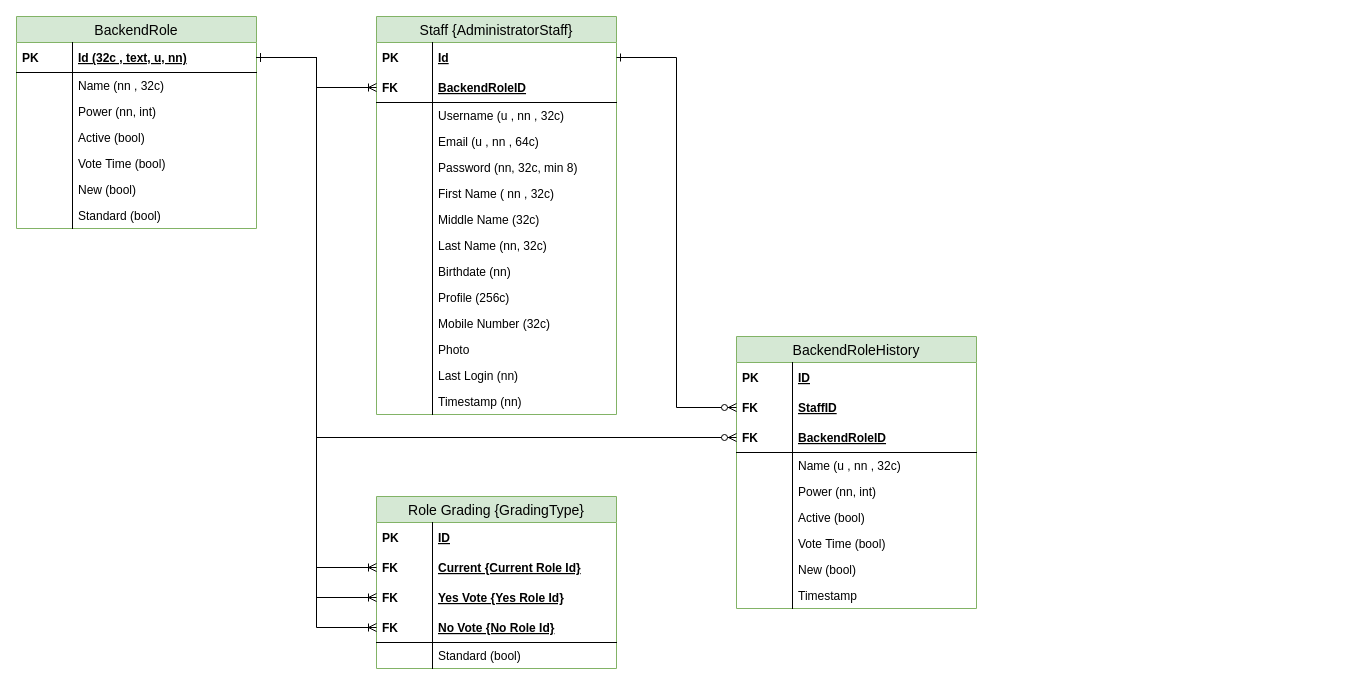
Before: docs/Database Diagram.drawio in kosartofiq/Kurdish-Language, a draw.io diagram. Source tidied: cells renumbered, new cells numbered last; positions are measured from the earlier drawing's top-left corner, leaving out a move shared by most shapes. Both pictures are drawn from the tidied source at 100%, with x=0, y=0 at pixel (16, 16).
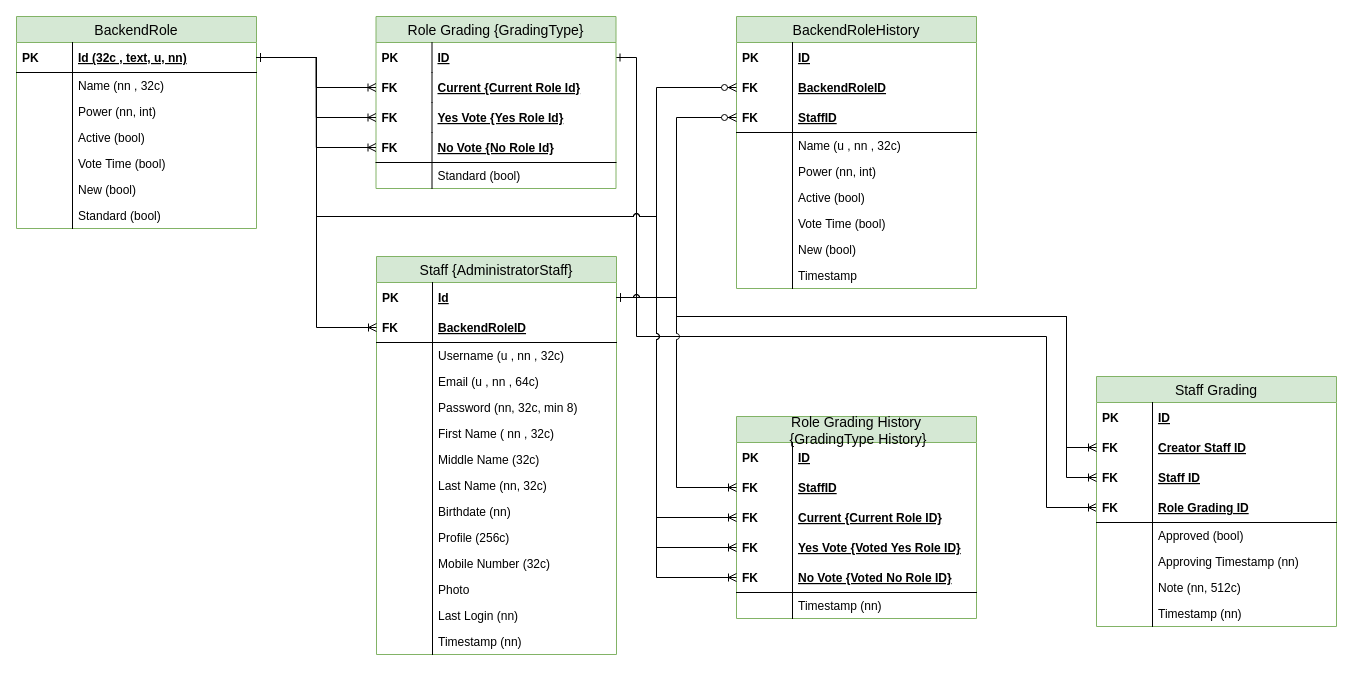
After the change.

Commit message (it also covers changes not shown here):
Update database detail

The change refers to these unchanged cells:
```xml
<mxCell id="3" value="Id (32c , text, u, nn)" style="shape=partialRectangle;top=0;left=0;right=0;bottom=1;align=left;verticalAlign=middle;fillColor=none;spacingLeft=60;spacingRight=4;overflow=hidden;points=[[0,0.5],[1,0.5]];portConstraint=eastwest;fontStyle=5;fontSize=12;" parent="2" vertex="1">
  <mxGeometry y="26" width="240" height="30" as="geometry" />
</mxCell>
<mxCell id="18" value="Id" style="shape=partialRectangle;top=0;left=0;right=0;bottom=0;align=left;verticalAlign=middle;fillColor=none;spacingLeft=60;spacingRight=4;overflow=hidden;points=[[0,0.5],[1,0.5]];portConstraint=eastwest;fontStyle=5;fontSize=12;" parent="17" vertex="1">
  <mxGeometry y="26" width="240" height="30" as="geometry" />
</mxCell>
<mxCell id="48" value="ID" style="shape=partialRectangle;top=0;left=0;right=0;bottom=0;align=left;verticalAlign=middle;fillColor=none;spacingLeft=60;spacingRight=4;overflow=hidden;points=[[0,0.5],[1,0.5]];portConstraint=eastwest;fontStyle=5;fontSize=12;" parent="47" vertex="1">
  <mxGeometry y="26" width="240" height="30" as="geometry" />
</mxCell>
```

Diff of the diagram source:
```diff
@@
+    <mxCell id="82" style="edgeStyle=orthogonalEdgeStyle;rounded=0;jettySize=auto;html=1;entryX=0;entryY=0.5;entryDx=0;entryDy=0;startArrow=ERone;startFill=0;endArrow=ERoneToMany;endFill=0;jumpStyle=arc;" parent="1" edge="1" source="48" target="90">
+      <mxGeometry relative="1" as="geometry">
+        <Array as="points">
+          <mxPoint x="620" y="41" />
+          <mxPoint x="620" y="320" />
+          <mxPoint x="1030" y="320" />
+          <mxPoint x="1030" y="491" />
+        </Array>
+      </mxGeometry>
+    </mxCell>
@@
     <mxCell id="17" value="Staff {AdministratorStaff}" style="swimlane;fontStyle=0;horizontal=1;startSize=26;fillColor=#d5e8d4;swimlaneFillColor=#ffffff;align=center;fontSize=14;strokeColor=#82b366;" parent="1" vertex="1">
-      <mxGeometry x="360" width="240" height="398" as="geometry" />
+      <mxGeometry x="360" y="240" width="240" height="398" as="geometry" />
     </mxCell>
@@
     <mxCell id="47" value="Role Grading {GradingType}" style="swimlane;fontStyle=0;horizontal=1;startSize=26;fillColor=#d5e8d4;swimlaneFillColor=#ffffff;align=center;fontSize=14;strokeColor=#82b366;" parent="1" vertex="1">
-      <mxGeometry x="360" y="480" width="240" height="172" as="geometry" />
+      <mxGeometry x="359.5" width="240" height="172" as="geometry" />
     </mxCell>
@@
     <mxCell id="61" value="BackendRoleHistory" style="swimlane;fontStyle=0;horizontal=1;startSize=26;fillColor=#d5e8d4;swimlaneFillColor=#ffffff;align=center;fontSize=14;strokeColor=#82b366;" parent="1" vertex="1">
-      <mxGeometry x="720" y="320" width="240" height="272" as="geometry" />
+      <mxGeometry x="720" width="240" height="272" as="geometry" />
     </mxCell>
@@
+    <mxCell id="66" value="BackendRoleID" style="shape=partialRectangle;top=0;left=0;right=0;bottom=0;align=left;verticalAlign=middle;fillColor=none;spacingLeft=60;spacingRight=4;overflow=hidden;points=[[0,0.5],[1,0.5]];portConstraint=eastwest;fontStyle=5;fontSize=12;" parent="61" vertex="1">
+      <mxGeometry y="56" width="240" height="30" as="geometry" />
+    </mxCell>
+    <mxCell id="67" value="FK" style="shape=partialRectangle;fontStyle=1;top=0;left=0;bottom=0;fillColor=none;align=left;verticalAlign=middle;spacingLeft=4;spacingRight=4;overflow=hidden;fontSize=12;" parent="66" vertex="1">
+      <mxGeometry width="56" height="30" as="geometry" />
+    </mxCell>
-    <mxCell id="64" value="StaffID" style="shape=partialRectangle;top=0;left=0;right=0;bottom=0;align=left;verticalAlign=middle;fillColor=none;spacingLeft=60;spacingRight=4;overflow=hidden;points=[[0,0.5],[1,0.5]];portConstraint=eastwest;fontStyle=5;fontSize=12;" parent="61" vertex="1">
-      <mxGeometry y="56" width="240" height="30" as="geometry" />
+    <mxCell id="64" value="StaffID" style="shape=partialRectangle;top=0;left=0;right=0;bottom=1;align=left;verticalAlign=middle;fillColor=none;spacingLeft=60;spacingRight=4;overflow=hidden;points=[[0,0.5],[1,0.5]];portConstraint=eastwest;fontStyle=5;fontSize=12;" parent="61" vertex="1">
+      <mxGeometry y="86" width="240" height="30" as="geometry" />
     </mxCell>
@@
-    <mxCell id="66" value="BackendRoleID" style="shape=partialRectangle;top=0;left=0;right=0;bottom=1;align=left;verticalAlign=middle;fillColor=none;spacingLeft=60;spacingRight=4;overflow=hidden;points=[[0,0.5],[1,0.5]];portConstraint=eastwest;fontStyle=5;fontSize=12;" parent="61" vertex="1">
-      <mxGeometry y="86" width="240" height="30" as="geometry" />
-    </mxCell>
-    <mxCell id="67" value="FK" style="shape=partialRectangle;fontStyle=1;top=0;left=0;bottom=0;fillColor=none;align=left;verticalAlign=middle;spacingLeft=4;spacingRight=4;overflow=hidden;fontSize=12;" parent="66" vertex="1">
-      <mxGeometry width="56" height="30" as="geometry" />
-    </mxCell>
@@
-    <mxCell id="80" style="edgeStyle=orthogonalEdgeStyle;rounded=0;jettySize=auto;html=1;entryX=0;entryY=0.5;entryDx=0;entryDy=0;startArrow=ERone;startFill=0;endArrow=ERzeroToMany;endFill=1;" parent="1" edge="1" source="18" target="64">
+    <mxCell id="80" style="edgeStyle=orthogonalEdgeStyle;rounded=0;jettySize=auto;html=1;entryX=0;entryY=0.5;entryDx=0;entryDy=0;startArrow=ERone;startFill=0;endArrow=ERzeroToMany;endFill=1;jumpStyle=arc;" parent="1" edge="1" source="18" target="64">
       <mxGeometry relative="1" as="geometry" />
     </mxCell>
-    <mxCell id="81" style="edgeStyle=orthogonalEdgeStyle;rounded=0;jettySize=auto;html=1;entryX=0;entryY=0.5;entryDx=0;entryDy=0;startArrow=ERone;startFill=0;endArrow=ERzeroToMany;endFill=1;" parent="1" edge="1" source="3" target="66">
+    <mxCell id="81" style="edgeStyle=orthogonalEdgeStyle;rounded=0;jettySize=auto;html=1;entryX=0;entryY=0.5;entryDx=0;entryDy=0;startArrow=ERone;startFill=0;endArrow=ERzeroToMany;endFill=1;jumpStyle=arc;" parent="1" edge="1" source="3" target="66">
       <mxGeometry relative="1" as="geometry">
         <Array as="points">
           <mxPoint x="300" y="41" />
-          <mxPoint x="300" y="421" />
+          <mxPoint x="300" y="200" />
+          <mxPoint x="640" y="200" />
+          <mxPoint x="640" y="71" />
         </Array>
       </mxGeometry>
     </mxCell>
+    <mxCell id="83" value="Staff Grading" style="swimlane;fontStyle=0;horizontal=1;startSize=26;fillColor=#d5e8d4;swimlaneFillColor=#ffffff;align=center;fontSize=14;strokeColor=#82b366;" parent="1" vertex="1">
+      <mxGeometry x="1080" y="360" width="240" height="250" as="geometry" />
+    </mxCell>
+    <mxCell id="84" value="ID" style="shape=partialRectangle;top=0;left=0;right=0;bottom=0;align=left;verticalAlign=middle;fillColor=none;spacingLeft=60;spacingRight=4;overflow=hidden;fontStyle=5;fontSize=12;" parent="83" vertex="1">
+      <mxGeometry y="26" width="240" height="30" as="geometry" />
+    </mxCell>
+    <mxCell id="85" value="PK" style="shape=partialRectangle;fontStyle=1;top=0;left=0;bottom=0;fillColor=none;align=left;verticalAlign=middle;spacingLeft=4;spacingRight=4;overflow=hidden;fontSize=12;" parent="84" vertex="1">
+      <mxGeometry width="56" height="30" as="geometry" />
+    </mxCell>
+    <mxCell id="86" value="Creator Staff ID" style="shape=partialRectangle;top=0;left=0;right=0;bottom=0;align=left;verticalAlign=middle;fillColor=none;spacingLeft=60;spacingRight=4;overflow=hidden;points=[[0,0.5],[1,0.5]];portConstraint=eastwest;fontStyle=5;fontSize=12;" parent="83" vertex="1">
+      <mxGeometry y="56" width="240" height="30" as="geometry" />
+    </mxCell>
+    <mxCell id="87" value="FK" style="shape=partialRectangle;fontStyle=1;top=0;left=0;bottom=0;fillColor=none;align=left;verticalAlign=middle;spacingLeft=4;spacingRight=4;overflow=hidden;fontSize=12;" parent="86" vertex="1">
+      <mxGeometry width="56" height="30" as="geometry" />
+    </mxCell>
+    <mxCell id="88" value="Staff ID" style="shape=partialRectangle;top=0;left=0;right=0;bottom=0;align=left;verticalAlign=middle;fillColor=none;spacingLeft=60;spacingRight=4;overflow=hidden;points=[[0,0.5],[1,0.5]];portConstraint=eastwest;fontStyle=5;fontSize=12;" parent="83" vertex="1">
+      <mxGeometry y="86" width="240" height="30" as="geometry" />
+    </mxCell>
+    <mxCell id="89" value="FK" style="shape=partialRectangle;fontStyle=1;top=0;left=0;bottom=0;fillColor=none;align=left;verticalAlign=middle;spacingLeft=4;spacingRight=4;overflow=hidden;fontSize=12;" parent="88" vertex="1">
+      <mxGeometry width="56" height="30" as="geometry" />
+    </mxCell>
+    <mxCell id="90" value="Role Grading ID" style="shape=partialRectangle;top=0;left=0;right=0;bottom=1;align=left;verticalAlign=middle;fillColor=none;spacingLeft=60;spacingRight=4;overflow=hidden;points=[[0,0.5],[1,0.5]];portConstraint=eastwest;fontStyle=5;fontSize=12;" parent="83" vertex="1">
+      <mxGeometry y="116" width="240" height="30" as="geometry" />
+    </mxCell>
+    <mxCell id="91" value="FK" style="shape=partialRectangle;fontStyle=1;top=0;left=0;bottom=0;fillColor=none;align=left;verticalAlign=middle;spacingLeft=4;spacingRight=4;overflow=hidden;fontSize=12;" parent="90" vertex="1">
+      <mxGeometry width="56" height="30" as="geometry" />
+    </mxCell>
+    <mxCell id="92" value="Approved (bool)" style="shape=partialRectangle;top=0;left=0;right=0;bottom=0;align=left;verticalAlign=top;fillColor=none;spacingLeft=60;spacingRight=4;overflow=hidden;fontSize=12;" parent="83" vertex="1">
+      <mxGeometry y="146" width="240" height="26" as="geometry" />
+    </mxCell>
+    <mxCell id="93" style="shape=partialRectangle;top=0;left=0;bottom=0;fillColor=none;align=left;verticalAlign=top;spacingLeft=4;spacingRight=4;overflow=hidden;fontSize=12;" parent="92" vertex="1">
+      <mxGeometry width="56" height="26" as="geometry" />
+    </mxCell>
+    <mxCell id="94" value="Approving Timestamp (nn)" style="shape=partialRectangle;top=0;left=0;right=0;bottom=0;align=left;verticalAlign=top;fillColor=none;spacingLeft=60;spacingRight=4;overflow=hidden;fontSize=12;" parent="83" vertex="1">
+      <mxGeometry y="172" width="240" height="26" as="geometry" />
+    </mxCell>
+    <mxCell id="95" style="shape=partialRectangle;top=0;left=0;bottom=0;fillColor=none;align=left;verticalAlign=top;spacingLeft=4;spacingRight=4;overflow=hidden;fontSize=12;" parent="94" vertex="1">
+      <mxGeometry width="56" height="26" as="geometry" />
+    </mxCell>
+    <mxCell id="96" value="Note (nn, 512c)" style="shape=partialRectangle;top=0;left=0;right=0;bottom=0;align=left;verticalAlign=top;fillColor=none;spacingLeft=60;spacingRight=4;overflow=hidden;fontSize=12;" parent="83" vertex="1">
+      <mxGeometry y="198" width="240" height="26" as="geometry" />
+    </mxCell>
+    <mxCell id="97" style="shape=partialRectangle;top=0;left=0;bottom=0;fillColor=none;align=left;verticalAlign=top;spacingLeft=4;spacingRight=4;overflow=hidden;fontSize=12;" parent="96" vertex="1">
+      <mxGeometry width="56" height="26" as="geometry" />
+    </mxCell>
+    <mxCell id="98" value="Timestamp (nn)" style="shape=partialRectangle;top=0;left=0;right=0;bottom=0;align=left;verticalAlign=top;fillColor=none;spacingLeft=60;spacingRight=4;overflow=hidden;fontSize=12;" parent="83" vertex="1">
+      <mxGeometry y="224" width="240" height="26" as="geometry" />
+    </mxCell>
+    <mxCell id="99" style="shape=partialRectangle;top=0;left=0;bottom=0;fillColor=none;align=left;verticalAlign=top;spacingLeft=4;spacingRight=4;overflow=hidden;fontSize=12;" parent="98" vertex="1">
+      <mxGeometry width="56" height="26" as="geometry" />
+    </mxCell>
+    <mxCell id="100" style="edgeStyle=orthogonalEdgeStyle;rounded=0;jettySize=auto;html=1;entryX=0;entryY=0.5;entryDx=0;entryDy=0;endArrow=ERoneToMany;endFill=0;startArrow=ERone;startFill=0;jumpStyle=arc;" parent="1" edge="1" source="18" target="86">
+      <mxGeometry relative="1" as="geometry">
+        <Array as="points">
+          <mxPoint x="660" y="281" />
+          <mxPoint x="660" y="300" />
+          <mxPoint x="1050" y="300" />
+          <mxPoint x="1050" y="431" />
+        </Array>
+      </mxGeometry>
+    </mxCell>
+    <mxCell id="101" value="Role Grading History&#10; {GradingType History}" style="swimlane;fontStyle=0;horizontal=1;startSize=26;fillColor=#d5e8d4;swimlaneFillColor=#ffffff;align=center;fontSize=14;strokeColor=#82b366;" parent="1" vertex="1">
+      <mxGeometry x="720" y="400" width="240" height="202" as="geometry" />
+    </mxCell>
+    <mxCell id="102" value="ID" style="shape=partialRectangle;top=0;left=0;right=0;bottom=0;align=left;verticalAlign=middle;fillColor=none;spacingLeft=60;spacingRight=4;overflow=hidden;fontStyle=5;fontSize=12;" parent="101" vertex="1">
+      <mxGeometry y="26" width="240" height="30" as="geometry" />
+    </mxCell>
+    <mxCell id="103" value="PK" style="shape=partialRectangle;fontStyle=1;top=0;left=0;bottom=0;fillColor=none;align=left;verticalAlign=middle;spacingLeft=4;spacingRight=4;overflow=hidden;fontSize=12;" parent="102" vertex="1">
+      <mxGeometry width="56" height="30" as="geometry" />
+    </mxCell>
+    <mxCell id="104" value="StaffID" style="shape=partialRectangle;top=0;left=0;right=0;bottom=0;align=left;verticalAlign=middle;fillColor=none;spacingLeft=60;spacingRight=4;overflow=hidden;points=[[0,0.5],[1,0.5]];portConstraint=eastwest;fontStyle=5;fontSize=12;" parent="101" vertex="1">
+      <mxGeometry y="56" width="240" height="30" as="geometry" />
+    </mxCell>
+    <mxCell id="105" value="FK" style="shape=partialRectangle;fontStyle=1;top=0;left=0;bottom=0;fillColor=none;align=left;verticalAlign=middle;spacingLeft=4;spacingRight=4;overflow=hidden;fontSize=12;" parent="104" vertex="1">
+      <mxGeometry width="56" height="30" as="geometry" />
+    </mxCell>
+    <mxCell id="106" value="Current {Current Role ID}" style="shape=partialRectangle;top=0;left=0;right=0;bottom=0;align=left;verticalAlign=middle;fillColor=none;spacingLeft=60;spacingRight=4;overflow=hidden;points=[[0,0.5],[1,0.5]];portConstraint=eastwest;fontStyle=5;fontSize=12;" parent="101" vertex="1">
+      <mxGeometry y="86" width="240" height="30" as="geometry" />
+    </mxCell>
+    <mxCell id="107" value="FK" style="shape=partialRectangle;fontStyle=1;top=0;left=0;bottom=0;fillColor=none;align=left;verticalAlign=middle;spacingLeft=4;spacingRight=4;overflow=hidden;fontSize=12;" parent="106" vertex="1">
+      <mxGeometry width="56" height="30" as="geometry" />
+    </mxCell>
+    <mxCell id="108" value="Yes Vote {Voted Yes Role ID}" style="shape=partialRectangle;top=0;left=0;right=0;bottom=0;align=left;verticalAlign=middle;fillColor=none;spacingLeft=60;spacingRight=4;overflow=hidden;points=[[0,0.5],[1,0.5]];portConstraint=eastwest;fontStyle=5;fontSize=12;" parent="101" vertex="1">
+      <mxGeometry y="116" width="240" height="30" as="geometry" />
+    </mxCell>
+    <mxCell id="109" value="FK" style="shape=partialRectangle;fontStyle=1;top=0;left=0;bottom=0;fillColor=none;align=left;verticalAlign=middle;spacingLeft=4;spacingRight=4;overflow=hidden;fontSize=12;" parent="108" vertex="1">
+      <mxGeometry width="56" height="30" as="geometry" />
+    </mxCell>
+    <mxCell id="110" value="No Vote {Voted No Role ID}" style="shape=partialRectangle;top=0;left=0;right=0;bottom=1;align=left;verticalAlign=middle;fillColor=none;spacingLeft=60;spacingRight=4;overflow=hidden;points=[[0,0.5],[1,0.5]];portConstraint=eastwest;fontStyle=5;fontSize=12;" parent="101" vertex="1">
+      <mxGeometry y="146" width="240" height="30" as="geometry" />
+    </mxCell>
+    <mxCell id="111" value="FK" style="shape=partialRectangle;fontStyle=1;top=0;left=0;bottom=0;fillColor=none;align=left;verticalAlign=middle;spacingLeft=4;spacingRight=4;overflow=hidden;fontSize=12;" parent="110" vertex="1">
+      <mxGeometry width="56" height="30" as="geometry" />
+    </mxCell>
+    <mxCell id="112" value="Timestamp (nn)" style="shape=partialRectangle;top=0;left=0;right=0;bottom=0;align=left;verticalAlign=top;fillColor=none;spacingLeft=60;spacingRight=4;overflow=hidden;fontSize=12;" parent="101" vertex="1">
+      <mxGeometry y="176" width="240" height="26" as="geometry" />
+    </mxCell>
+    <mxCell id="113" style="shape=partialRectangle;top=0;left=0;bottom=0;fillColor=none;align=left;verticalAlign=top;spacingLeft=4;spacingRight=4;overflow=hidden;fontSize=12;" parent="112" vertex="1">
+      <mxGeometry width="56" height="26" as="geometry" />
+    </mxCell>
+    <mxCell id="114" style="edgeStyle=orthogonalEdgeStyle;rounded=0;jumpStyle=arc;jettySize=auto;html=1;startArrow=ERone;startFill=0;endArrow=ERoneToMany;endFill=0;" parent="1" edge="1" source="18" target="104">
+      <mxGeometry relative="1" as="geometry">
+        <Array as="points">
+          <mxPoint x="660" y="281" />
+          <mxPoint x="660" y="471" />
+        </Array>
+      </mxGeometry>
+    </mxCell>
+    <mxCell id="115" style="edgeStyle=orthogonalEdgeStyle;rounded=0;jumpStyle=arc;jettySize=auto;html=1;entryX=0;entryY=0.5;entryDx=0;entryDy=0;startArrow=ERone;startFill=0;endArrow=ERoneToMany;endFill=0;" parent="1" edge="1" source="3" target="106">
+      <mxGeometry relative="1" as="geometry">
+        <Array as="points">
+          <mxPoint x="300" y="41" />
+          <mxPoint x="300" y="200" />
+          <mxPoint x="640" y="200" />
+          <mxPoint x="640" y="501" />
+        </Array>
+      </mxGeometry>
+    </mxCell>
+    <mxCell id="116" style="edgeStyle=orthogonalEdgeStyle;rounded=0;jumpStyle=arc;jettySize=auto;html=1;entryX=0;entryY=0.5;entryDx=0;entryDy=0;startArrow=ERone;startFill=0;endArrow=ERoneToMany;endFill=0;" parent="1" edge="1" source="3" target="108">
+      <mxGeometry relative="1" as="geometry">
+        <Array as="points">
+          <mxPoint x="300" y="41" />
+          <mxPoint x="300" y="200" />
+          <mxPoint x="640" y="200" />
+          <mxPoint x="640" y="531" />
+        </Array>
+      </mxGeometry>
+    </mxCell>
+    <mxCell id="117" style="edgeStyle=orthogonalEdgeStyle;rounded=0;jumpStyle=arc;jettySize=auto;html=1;startArrow=ERone;startFill=0;endArrow=ERoneToMany;endFill=0;" parent="1" edge="1" source="3" target="110">
+      <mxGeometry relative="1" as="geometry">
+        <Array as="points">
+          <mxPoint x="300" y="41" />
+          <mxPoint x="300" y="200" />
+          <mxPoint x="640" y="200" />
+          <mxPoint x="640" y="561" />
+        </Array>
+      </mxGeometry>
+    </mxCell>
+    <mxCell id="118" style="edgeStyle=orthogonalEdgeStyle;rounded=0;jettySize=auto;html=1;entryX=0;entryY=0.5;entryDx=0;entryDy=0;startArrow=ERone;startFill=0;endArrow=ERoneToMany;endFill=0;" parent="1" edge="1" source="18" target="88">
+      <mxGeometry relative="1" as="geometry">
+        <Array as="points">
+          <mxPoint x="660" y="281" />
+          <mxPoint x="660" y="300" />
+          <mxPoint x="1050" y="300" />
+          <mxPoint x="1050" y="461" />
+        </Array>
+      </mxGeometry>
+    </mxCell>
```
